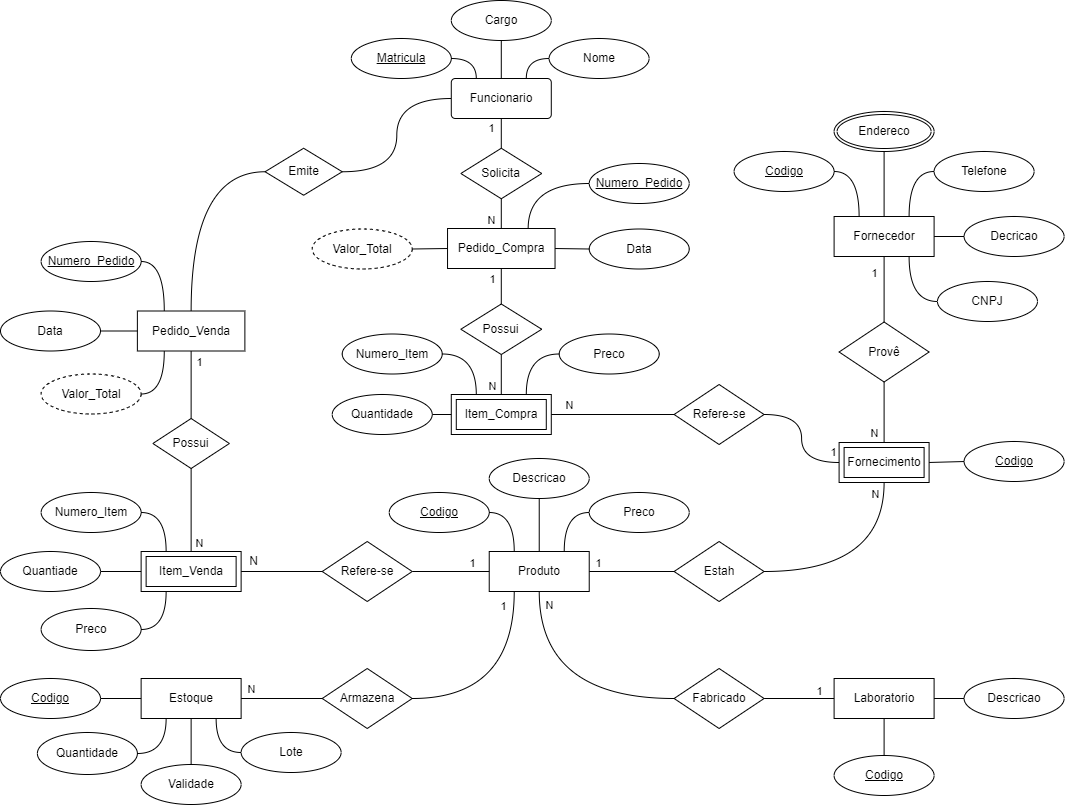
The draw.io diagram docs/images/modelo-er.png in ICEI-PUCMinas-PSG-SI-TI/psg-si-2025-1-p3-tiapn-6818100-farmacia-popular, before a commit. Source tidied: cells renumbered, new cells last; positions are measured from the earlier drawing's top-left corner, leaving out a move shared by most shapes.
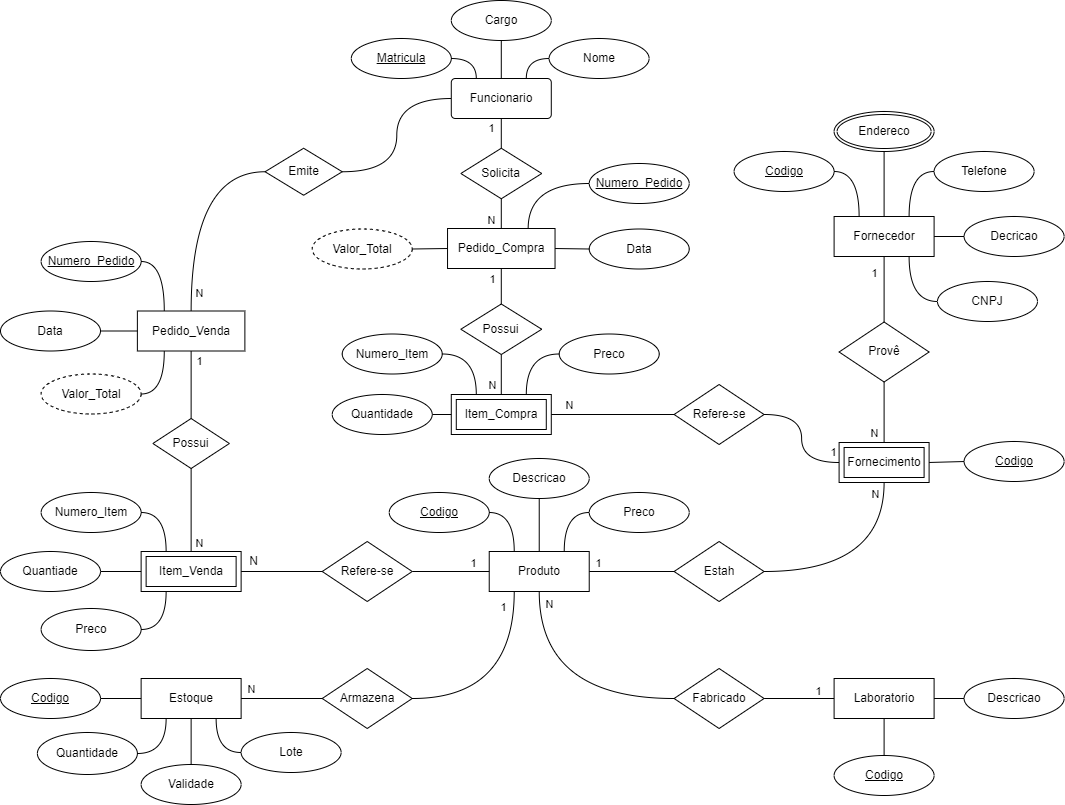
Above is the later version.

Change to the diagram source:
```diff
@@ -173,6 +173,11 @@
     <mxCell id="54" style="endArrow=none;html=1;rounded=0;exitX=0;exitY=0.5;exitDx=0;exitDy=0;entryX=0.5;entryY=0;entryDx=0;entryDy=0;edgeStyle=orthogonalEdgeStyle;curved=1;" parent="1" edge="1" source="52" target="13">
       <mxGeometry relative="1" as="geometry" />
     </mxCell>
+    <mxCell id="120" value="N" style="edgeLabel;html=1;align=center;verticalAlign=middle;" parent="54" vertex="1">
+      <mxGeometry x="0.84" y="-1" relative="1" as="geometry">
+        <mxPoint x="9" as="offset" />
+      </mxGeometry>
+    </mxCell>
     <mxCell id="55" style="endArrow=none;html=1;rounded=0;entryX=0.5;entryY=1;entryDx=0;entryDy=0;exitX=0.5;exitY=0;exitDx=0;exitDy=0;" parent="1" edge="1" source="46" target="2">
       <mxGeometry relative="1" as="geometry" />
     </mxCell>
```
